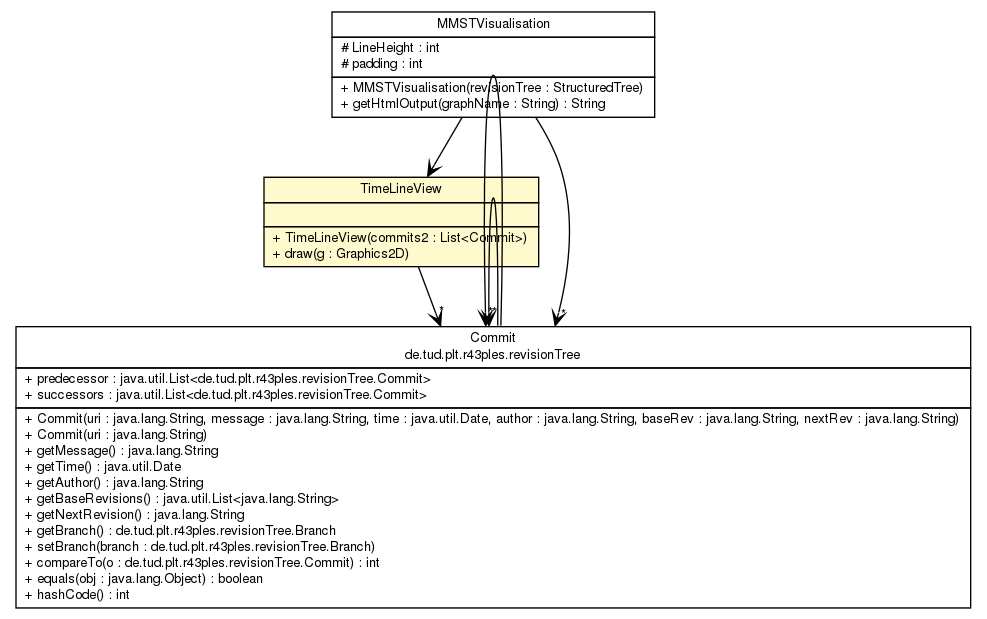
The Graphviz diagram site/apidocs/de/tud/plt/r43ples/visualisation/TimeLineView.png in markusgraube/r43ples, before a commit. Its source is kept beside it as site/apidocs/de/tud/plt/r43ples/visualisation/TimeLineView.dot. Its diagram source:
```dot

digraph G {
	edge [fontname="Helvetica",fontsize=10,labelfontname="Helvetica",labelfontsize=10];
	node [fontname="Helvetica",fontsize=10,shape=plaintext];
	nodesep=0.25;
	ranksep=0.5;
	c1704 [label=<<table title="de.tud.plt.r43ples.visualisation.MMSTVisualisation" border="0" cellborder="1" cellspacing="0" cellpadding="2" port="p" href="./MMSTVisualisation.html">
		<tr><td><table border="0" cellspacing="0" cellpadding="1">
<tr><td align="center" balign="center"> MMSTVisualisation </td></tr>
		</table></td></tr>
		<tr><td><table border="0" cellspacing="0" cellpadding="1">
<tr><td align="left" balign="left"> # LineHeight : int </td></tr>
<tr><td align="left" balign="left"> # padding : int </td></tr>
		</table></td></tr>
		<tr><td><table border="0" cellspacing="0" cellpadding="1">
<tr><td align="left" balign="left"> + MMSTVisualisation(revisionTree : StructuredTree) </td></tr>
<tr><td align="left" balign="left"> + getHtmlOutput(graphName : String) : String </td></tr>
		</table></td></tr>
		</table>>, URL="./MMSTVisualisation.html", fontname="Helvetica", fontcolor="black", fontsize=10.0];
	c1706 [label=<<table title="de.tud.plt.r43ples.visualisation.TimeLineView" border="0" cellborder="1" cellspacing="0" cellpadding="2" port="p" bgcolor="lemonChiffon" href="./TimeLineView.html">
		<tr><td><table border="0" cellspacing="0" cellpadding="1">
<tr><td align="center" balign="center"> TimeLineView </td></tr>
		</table></td></tr>
		<tr><td><table border="0" cellspacing="0" cellpadding="1">
<tr><td align="left" balign="left">  </td></tr>
		</table></td></tr>
		<tr><td><table border="0" cellspacing="0" cellpadding="1">
<tr><td align="left" balign="left"> + TimeLineView(commits2 : List&lt;Commit&gt;) </td></tr>
<tr><td align="left" balign="left"> + draw(g : Graphics2D) </td></tr>
		</table></td></tr>
		</table>>, URL="./TimeLineView.html", fontname="Helvetica", fontcolor="black", fontsize=10.0];
	c1714 [label=<<table title="de.tud.plt.r43ples.revisionTree.Commit" border="0" cellborder="1" cellspacing="0" cellpadding="2" port="p" href="../revisionTree/Commit.html">
		<tr><td><table border="0" cellspacing="0" cellpadding="1">
<tr><td align="center" balign="center"> Commit </td></tr>
<tr><td align="center" balign="center"> de.tud.plt.r43ples.revisionTree </td></tr>
		</table></td></tr>
		<tr><td><table border="0" cellspacing="0" cellpadding="1">
<tr><td align="left" balign="left"> + predecessor : java.util.List&lt;de.tud.plt.r43ples.revisionTree.Commit&gt; </td></tr>
<tr><td align="left" balign="left"> + successors : java.util.List&lt;de.tud.plt.r43ples.revisionTree.Commit&gt; </td></tr>
		</table></td></tr>
		<tr><td><table border="0" cellspacing="0" cellpadding="1">
<tr><td align="left" balign="left"> + Commit(uri : java.lang.String, message : java.lang.String, time : java.util.Date, author : java.lang.String, baseRev : java.lang.String, nextRev : java.lang.String) </td></tr>
<tr><td align="left" balign="left"> + Commit(uri : java.lang.String) </td></tr>
<tr><td align="left" balign="left"> + getMessage() : java.lang.String </td></tr>
<tr><td align="left" balign="left"> + getTime() : java.util.Date </td></tr>
<tr><td align="left" balign="left"> + getAuthor() : java.lang.String </td></tr>
<tr><td align="left" balign="left"> + getBaseRevisions() : java.util.List&lt;java.lang.String&gt; </td></tr>
<tr><td align="left" balign="left"> + getNextRevision() : java.lang.String </td></tr>
<tr><td align="left" balign="left"> + getBranch() : de.tud.plt.r43ples.revisionTree.Branch </td></tr>
<tr><td align="left" balign="left"> + setBranch(branch : de.tud.plt.r43ples.revisionTree.Branch) </td></tr>
<tr><td align="left" balign="left"> + compareTo(o : de.tud.plt.r43ples.revisionTree.Commit) : int </td></tr>
<tr><td align="left" balign="left"> + equals(obj : java.lang.Object) : boolean </td></tr>
<tr><td align="left" balign="left"> + hashCode() : int </td></tr>
		</table></td></tr>
		</table>>, URL="../revisionTree/Commit.html", fontname="Helvetica", fontcolor="black", fontsize=10.0];
	c1704:p -> c1706:p [taillabel="", label="", headlabel="", fontname="Helvetica", fontcolor="black", fontsize=10.0, color="black", arrowhead=open];
	c1704:p -> c1714:p [taillabel="", label="", headlabel="*", fontname="Helvetica", fontcolor="black", fontsize=10.0, color="black", arrowhead=open];
	c1706:p -> c1714:p [taillabel="", label="", headlabel="*", fontname="Helvetica", fontcolor="black", fontsize=10.0, color="black", arrowhead=open];
	c1714:p -> c1714:p [taillabel="", label="", headlabel="*", fontname="Helvetica", fontcolor="black", fontsize=10.0, color="black", arrowhead=open];
	c1714:p -> c1714:p [taillabel="", label="", headlabel="*", fontname="Helvetica", fontcolor="black", fontsize=10.0, color="black", arrowhead=open];
}
```
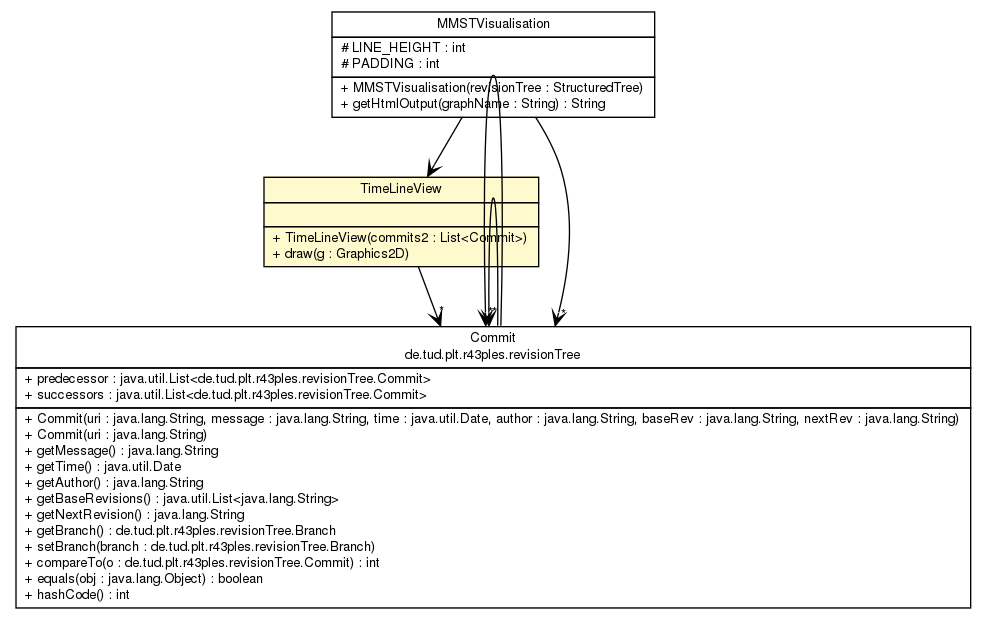
Above is the later version.

What changed in the source:
```diff
@@ -4,20 +4,7 @@
 	node [fontname="Helvetica",fontsize=10,shape=plaintext];
 	nodesep=0.25;
 	ranksep=0.5;
-	c1704 [label=<<table title="de.tud.plt.r43ples.visualisation.MMSTVisualisation" border="0" cellborder="1" cellspacing="0" cellpadding="2" port="p" href="./MMSTVisualisation.html">
-		<tr><td><table border="0" cellspacing="0" cellpadding="1">
-<tr><td align="center" balign="center"> MMSTVisualisation </td></tr>
-		</table></td></tr>
-		<tr><td><table border="0" cellspacing="0" cellpadding="1">
-<tr><td align="left" balign="left"> # LineHeight : int </td></tr>
-<tr><td align="left" balign="left"> # padding : int </td></tr>
-		</table></td></tr>
-		<tr><td><table border="0" cellspacing="0" cellpadding="1">
-<tr><td align="left" balign="left"> + MMSTVisualisation(revisionTree : StructuredTree) </td></tr>
-<tr><td align="left" balign="left"> + getHtmlOutput(graphName : String) : String </td></tr>
-		</table></td></tr>
-		</table>>, URL="./MMSTVisualisation.html", fontname="Helvetica", fontcolor="black", fontsize=10.0];
-	c1706 [label=<<table title="de.tud.plt.r43ples.visualisation.TimeLineView" border="0" cellborder="1" cellspacing="0" cellpadding="2" port="p" bgcolor="lemonChiffon" href="./TimeLineView.html">
+	c1782 [label=<<table title="de.tud.plt.r43ples.visualisation.TimeLineView" border="0" cellborder="1" cellspacing="0" cellpadding="2" port="p" bgcolor="lemonChiffon" href="./TimeLineView.html">
 		<tr><td><table border="0" cellspacing="0" cellpadding="1">
 <tr><td align="center" balign="center"> TimeLineView </td></tr>
 		</table></td></tr>
@@ -29,7 +16,20 @@
 <tr><td align="left" balign="left"> + draw(g : Graphics2D) </td></tr>
 		</table></td></tr>
 		</table>>, URL="./TimeLineView.html", fontname="Helvetica", fontcolor="black", fontsize=10.0];
-	c1714 [label=<<table title="de.tud.plt.r43ples.revisionTree.Commit" border="0" cellborder="1" cellspacing="0" cellpadding="2" port="p" href="../revisionTree/Commit.html">
+	c1783 [label=<<table title="de.tud.plt.r43ples.visualisation.MMSTVisualisation" border="0" cellborder="1" cellspacing="0" cellpadding="2" port="p" href="./MMSTVisualisation.html">
+		<tr><td><table border="0" cellspacing="0" cellpadding="1">
+<tr><td align="center" balign="center"> MMSTVisualisation </td></tr>
+		</table></td></tr>
+		<tr><td><table border="0" cellspacing="0" cellpadding="1">
+<tr><td align="left" balign="left"> # LINE_HEIGHT : int </td></tr>
+<tr><td align="left" balign="left"> # PADDING : int </td></tr>
+		</table></td></tr>
+		<tr><td><table border="0" cellspacing="0" cellpadding="1">
+<tr><td align="left" balign="left"> + MMSTVisualisation(revisionTree : StructuredTree) </td></tr>
+<tr><td align="left" balign="left"> + getHtmlOutput(graphName : String) : String </td></tr>
+		</table></td></tr>
+		</table>>, URL="./MMSTVisualisation.html", fontname="Helvetica", fontcolor="black", fontsize=10.0];
+	c1822 [label=<<table title="de.tud.plt.r43ples.revisionTree.Commit" border="0" cellborder="1" cellspacing="0" cellpadding="2" port="p" href="../revisionTree/Commit.html">
 		<tr><td><table border="0" cellspacing="0" cellpadding="1">
 <tr><td align="center" balign="center"> Commit </td></tr>
 <tr><td align="center" balign="center"> de.tud.plt.r43ples.revisionTree </td></tr>
@@ -53,9 +53,9 @@
 <tr><td align="left" balign="left"> + hashCode() : int </td></tr>
 		</table></td></tr>
 		</table>>, URL="../revisionTree/Commit.html", fontname="Helvetica", fontcolor="black", fontsize=10.0];
-	c1704:p -> c1706:p [taillabel="", label="", headlabel="", fontname="Helvetica", fontcolor="black", fontsize=10.0, color="black", arrowhead=open];
-	c1704:p -> c1714:p [taillabel="", label="", headlabel="*", fontname="Helvetica", fontcolor="black", fontsize=10.0, color="black", arrowhead=open];
-	c1706:p -> c1714:p [taillabel="", label="", headlabel="*", fontname="Helvetica", fontcolor="black", fontsize=10.0, color="black", arrowhead=open];
-	c1714:p -> c1714:p [taillabel="", label="", headlabel="*", fontname="Helvetica", fontcolor="black", fontsize=10.0, color="black", arrowhead=open];
-	c1714:p -> c1714:p [taillabel="", label="", headlabel="*", fontname="Helvetica", fontcolor="black", fontsize=10.0, color="black", arrowhead=open];
+	c1782:p -> c1822:p [taillabel="", label="", headlabel="*", fontname="Helvetica", fontcolor="black", fontsize=10.0, color="black", arrowhead=open];
+	c1783:p -> c1782:p [taillabel="", label="", headlabel="", fontname="Helvetica", fontcolor="black", fontsize=10.0, color="black", arrowhead=open];
+	c1783:p -> c1822:p [taillabel="", label="", headlabel="*", fontname="Helvetica", fontcolor="black", fontsize=10.0, color="black", arrowhead=open];
+	c1822:p -> c1822:p [taillabel="", label="", headlabel="*", fontname="Helvetica", fontcolor="black", fontsize=10.0, color="black", arrowhead=open];
+	c1822:p -> c1822:p [taillabel="", label="", headlabel="*", fontname="Helvetica", fontcolor="black", fontsize=10.0, color="black", arrowhead=open];
 }
```
